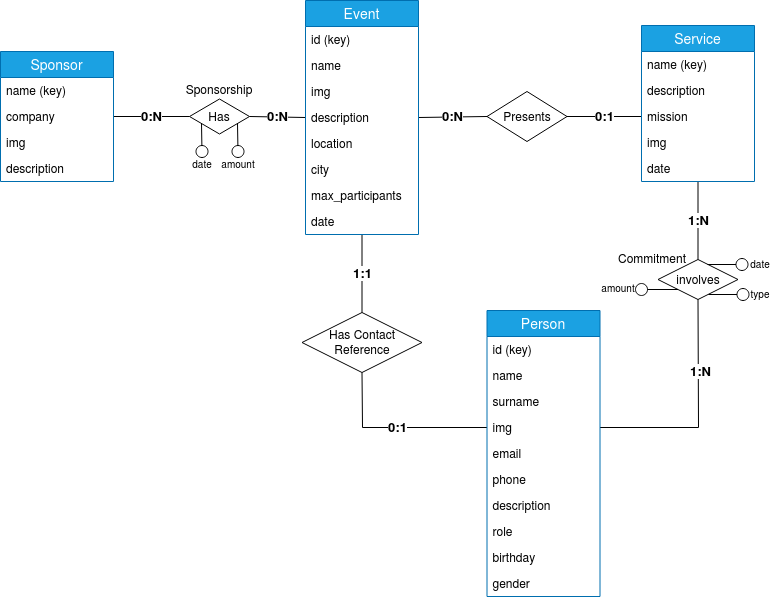
Earlier version of the draw.io export nodejs-server/www/backend/ER_graph.png (thestarivore/ramen_website). Source tidied: cells renumbered, new cells last; positions are measured from the earlier drawing's top-left corner, leaving out a move shared by most shapes.
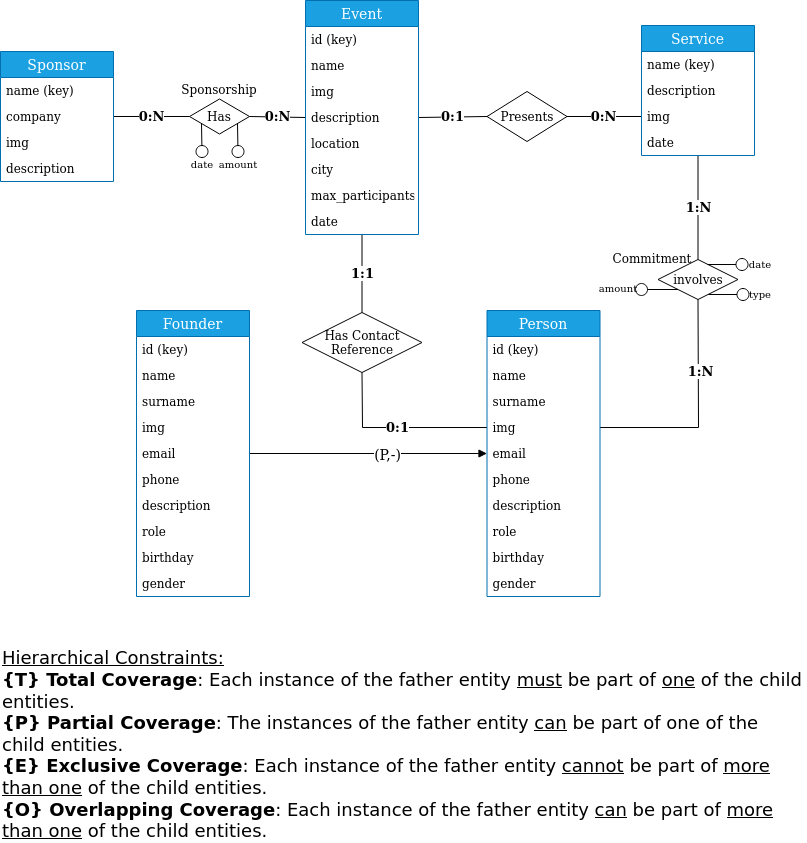
Above is the later version.

What changed in the source:
```diff
@@ -36,11 +36,13 @@
     <mxCell id="9" value="Presents" style="shape=rhombus;perimeter=rhombusPerimeter;whiteSpace=wrap;html=1;align=center;" parent="1" vertex="1">
       <mxGeometry x="486.5" y="91" width="80" height="50" as="geometry" />
     </mxCell>
-    <mxCell id="10" value="0:N" style="endArrow=none;html=1;rounded=0;entryX=1;entryY=0.5;entryDx=0;entryDy=0;exitX=0;exitY=0.5;exitDx=0;exitDy=0;fontSize=13;fontStyle=1;" parent="1" edge="1" source="9" target="24">
+    <mxCell id="10" value="0:1" style="endArrow=none;html=1;rounded=0;entryX=1;entryY=0.5;entryDx=0;entryDy=0;exitX=0;exitY=0.5;exitDx=0;exitDy=0;fontSize=13;fontStyle=1;" parent="1" edge="1" source="9" target="24">
       <mxGeometry relative="1" as="geometry" />
     </mxCell>
-    <mxCell id="11" value="0:1" style="endArrow=none;html=1;rounded=0;entryX=1;entryY=0.5;entryDx=0;entryDy=0;exitX=0;exitY=0.5;exitDx=0;exitDy=0;fontSize=13;fontStyle=1;" parent="1" edge="1" source="36" target="9">
-      <mxGeometry relative="1" as="geometry" />
+    <mxCell id="11" value="0:N" style="endArrow=none;html=1;rounded=0;entryX=1;entryY=0.5;entryDx=0;entryDy=0;exitX=0;exitY=0.5;exitDx=0;exitDy=0;fontSize=13;fontStyle=1;" parent="1" edge="1" target="9">
+      <mxGeometry relative="1" as="geometry">
+        <mxPoint x="641" y="116" as="sourcePoint" />
+      </mxGeometry>
     </mxCell>
     <mxCell id="12" value="Commitment" style="text;html=1;strokeColor=none;fillColor=none;align=center;verticalAlign=middle;whiteSpace=wrap;rounded=0;" parent="1" vertex="1">
       <mxGeometry x="632" y="248" width="40" height="20" as="geometry" />
@@ -66,6 +68,50 @@
     <mxCell id="18" value="&lt;div&gt;amount&lt;/div&gt;" style="text;html=1;strokeColor=none;fillColor=none;align=center;verticalAlign=middle;whiteSpace=wrap;rounded=0;fontSize=10;fontStyle=0;" parent="1" vertex="1">
       <mxGeometry x="227" y="156" width="22" height="16" as="geometry" />
     </mxCell>
+    <mxCell id="50" style="endArrow=oval;endFill=0;endSize=12;html=1;strokeWidth=1;exitX=0.5;exitY=1;exitDx=0;exitDy=0;" parent="1" edge="1">
+      <mxGeometry relative="1" as="geometry">
+        <mxPoint x="201" y="123" as="sourcePoint" />
+        <mxPoint x="201.5" y="151" as="targetPoint" />
+      </mxGeometry>
+    </mxCell>
+    <mxCell id="51" value="date" style="text;html=1;strokeColor=none;fillColor=none;align=center;verticalAlign=middle;whiteSpace=wrap;rounded=0;fontSize=10;fontStyle=0;" parent="1" vertex="1">
+      <mxGeometry x="191" y="156" width="22" height="16" as="geometry" />
+    </mxCell>
+    <mxCell id="52" style="endArrow=oval;endFill=0;endSize=12;html=1;strokeWidth=1;" parent="1" edge="1">
+      <mxGeometry relative="1" as="geometry">
+        <mxPoint x="707" y="264" as="sourcePoint" />
+        <mxPoint x="741.5" y="264" as="targetPoint" />
+      </mxGeometry>
+    </mxCell>
+    <mxCell id="53" value="date" style="text;html=1;strokeColor=none;fillColor=none;align=center;verticalAlign=middle;whiteSpace=wrap;rounded=0;fontSize=10;fontStyle=0;" parent="1" vertex="1">
+      <mxGeometry x="749" y="256" width="22" height="16" as="geometry" />
+    </mxCell>
+    <mxCell id="54" style="endArrow=oval;endFill=0;endSize=12;html=1;strokeWidth=1;" parent="1" edge="1">
+      <mxGeometry relative="1" as="geometry">
+        <mxPoint x="708" y="294" as="sourcePoint" />
+        <mxPoint x="742.5" y="294" as="targetPoint" />
+      </mxGeometry>
+    </mxCell>
+    <mxCell id="55" value="type" style="text;html=1;strokeColor=none;fillColor=none;align=center;verticalAlign=middle;whiteSpace=wrap;rounded=0;fontSize=10;fontStyle=0;" parent="1" vertex="1">
+      <mxGeometry x="749" y="286" width="22" height="16" as="geometry" />
+    </mxCell>
+    <mxCell id="56" style="endArrow=oval;endFill=0;endSize=12;html=1;strokeWidth=1;exitX=0;exitY=1;exitDx=0;exitDy=0;" parent="1" edge="1" source="5">
+      <mxGeometry relative="1" as="geometry">
+        <mxPoint x="641" y="289" as="targetPoint" />
+      </mxGeometry>
+    </mxCell>
+    <mxCell id="57" value="amount" style="text;html=1;strokeColor=none;fillColor=none;align=center;verticalAlign=middle;whiteSpace=wrap;rounded=0;fontSize=10;fontStyle=0;" parent="1" vertex="1">
+      <mxGeometry x="607" y="280" width="22" height="16" as="geometry" />
+    </mxCell>
+    <mxCell id="58" style="endArrow=block;html=1;entryX=0;entryY=0.5;entryDx=0;entryDy=0;exitX=1;exitY=0.5;exitDx=0;exitDy=0;endFill=1;" parent="1" edge="1" source="66" target="44">
+      <mxGeometry relative="1" as="geometry" />
+    </mxCell>
+    <mxCell id="59" value="&lt;font style=&quot;font-size: 14px&quot;&gt;(P,-)&lt;/font&gt;" style="edgeLabel;html=1;align=center;verticalAlign=middle;" parent="58" vertex="1">
+      <mxGeometry x="0.16" y="-1" relative="1" as="geometry" />
+    </mxCell>
+    <mxCell id="60" value="&lt;div style=&quot;font-size: 18px&quot; align=&quot;left&quot;&gt;&lt;font style=&quot;font-size: 18px&quot;&gt;&lt;br&gt;&lt;u&gt;&lt;font style=&quot;font-size: 18px&quot;&gt;&lt;span style=&quot;left: 143.333px ; top: 266.587px ; font-family: sans-serif ; transform: scalex(0.870756)&quot;&gt;&lt;span style=&quot;left: 99px ; top: 29.9466px ; font-family: sans-serif ; transform: scalex(0.96642)&quot;&gt;Hierarchical Constraints:&lt;/span&gt;&lt;/span&gt;&lt;/font&gt;&lt;/u&gt;&lt;/font&gt;&lt;/div&gt;&lt;div style=&quot;font-size: 18px&quot; align=&quot;left&quot;&gt;&lt;font style=&quot;font-size: 18px&quot;&gt;&lt;span style=&quot;left: 143.333px ; top: 266.587px ; font-family: sans-serif ; transform: scalex(0.870756)&quot;&gt;&lt;b&gt;{T} Total Coverage&lt;/b&gt;: Each instance of the father entity&lt;/span&gt;&lt;span style=&quot;left: 105.667px ; top: 350.577px ; font-family: sans-serif&quot;&gt; &lt;u&gt;must&lt;/u&gt; be part of &lt;u&gt;one&lt;/u&gt; of the child entities.&lt;br&gt;&lt;/span&gt;&lt;/font&gt;&lt;/div&gt;&lt;div style=&quot;font-size: 18px&quot; align=&quot;left&quot;&gt;&lt;font style=&quot;font-size: 18px&quot;&gt;&lt;span style=&quot;left: 105.667px ; top: 350.577px ; font-family: sans-serif&quot;&gt;&lt;/span&gt;&lt;span style=&quot;left: 143.333px ; top: 337.254px ; font-family: sans-serif ; transform: scalex(0.868735)&quot;&gt;&lt;b&gt;{P} Partial Coverage&lt;/b&gt;: The instances of the father entity &lt;u&gt;can&lt;/u&gt; be part of one of the child entities. &lt;/span&gt;&lt;span style=&quot;left: 44.1667px ; top: 432.159px ; font-family: sans-serif&quot;&gt;&lt;/span&gt;&lt;span style=&quot;left: 86.6667px ; top: 408.552px ; font-family: sans-serif&quot;&gt;&lt;/span&gt;&lt;span style=&quot;left: 125.333px ; top: 451.254px ; font-family: sans-serif&quot;&gt;&lt;/span&gt;&lt;span style=&quot;left: 142.5px ; top: 408.552px ; font-family: sans-serif ; transform: scalex(0.890733)&quot;&gt;&lt;/span&gt;&lt;span style=&quot;left: 105.667px ; top: 522.41px ; font-family: sans-serif&quot;&gt;&lt;/span&gt;&lt;span style=&quot;left: 143.333px ; top: 508.921px ; font-family: sans-serif ; transform: scalex(0.871335)&quot;&gt;&lt;br&gt;&lt;/span&gt;&lt;/font&gt;&lt;/div&gt;&lt;div style=&quot;font-size: 18px&quot; align=&quot;left&quot;&gt;&lt;font style=&quot;font-size: 18px&quot;&gt;&lt;b&gt;&lt;span style=&quot;left: 143.333px ; top: 508.921px ; font-family: sans-serif ; transform: scalex(0.871335)&quot;&gt;{E} Exclusive Coverage&lt;/span&gt;&lt;/b&gt;&lt;span style=&quot;left: 105.667px ; top: 593.077px ; font-family: sans-serif&quot;&gt;&lt;/span&gt;&lt;span style=&quot;left: 143.333px ; top: 579.754px ; font-family: sans-serif ; transform: scalex(0.863382)&quot;&gt;: &lt;/span&gt;&lt;/font&gt;&lt;font style=&quot;font-size: 18px&quot;&gt;&lt;span style=&quot;left: 143.333px ; top: 579.754px ; font-family: sans-serif ; transform: scalex(0.863382)&quot;&gt;&lt;font style=&quot;font-size: 18px&quot;&gt;&lt;span style=&quot;left: 143.333px ; top: 266.587px ; font-family: sans-serif ; transform: scalex(0.870756)&quot;&gt;Each instance of the father entity &lt;u&gt;cannot&lt;/u&gt; be part of &lt;u&gt;more than one&lt;/u&gt; of the child entities.&lt;/span&gt;&lt;span style=&quot;left: 105.667px ; top: 350.577px ; font-family: sans-serif&quot;&gt; &lt;/span&gt;&lt;/font&gt;&lt;/span&gt;&lt;/font&gt;&lt;/div&gt;&lt;div style=&quot;font-size: 18px&quot; align=&quot;left&quot;&gt;&lt;font style=&quot;font-size: 18px&quot;&gt;&lt;span style=&quot;left: 143.333px ; top: 579.754px ; font-family: sans-serif ; transform: scalex(0.863382)&quot;&gt;&lt;b&gt;{O} Overlapping Coverage&lt;/b&gt;: &lt;/span&gt;&lt;/font&gt;&lt;font style=&quot;font-size: 18px&quot;&gt;&lt;span style=&quot;left: 143.333px ; top: 579.754px ; font-family: sans-serif ; transform: scalex(0.863382)&quot;&gt;&lt;font style=&quot;font-size: 18px&quot;&gt;&lt;span style=&quot;left: 143.333px ; top: 579.754px ; font-family: sans-serif ; transform: scalex(0.863382)&quot;&gt;&lt;font style=&quot;font-size: 18px&quot;&gt;&lt;span style=&quot;left: 143.333px ; top: 266.587px ; font-family: sans-serif ; transform: scalex(0.870756)&quot;&gt;Each instance of the father entity &lt;u&gt;can&lt;/u&gt; be part of &lt;u&gt;more than one&lt;/u&gt; of the child entities.&lt;/span&gt;&lt;/font&gt;&lt;/span&gt;&lt;/font&gt;&lt;/span&gt;&lt;/font&gt;&lt;/div&gt;" style="text;html=1;strokeColor=none;fillColor=none;align=left;verticalAlign=top;whiteSpace=wrap;rounded=0;horizontal=1;" parent="1" vertex="1">
+      <mxGeometry y="619" width="805.5" height="212" as="geometry" />
+    </mxCell>
     <mxCell id="19" value="Sponsor" style="swimlane;fontStyle=0;horizontal=1;startSize=26;align=center;fontSize=14;fillColor=#1ba1e2;strokeColor=#006EAF;fontColor=#ffffff;" parent="1" vertex="1">
       <mxGeometry y="51" width="113" height="130" as="geometry" />
     </mxCell>
@@ -109,7 +155,7 @@
       <mxGeometry y="208" width="113" height="26" as="geometry" />
     </mxCell>
     <mxCell id="33" value="Service" style="swimlane;fontStyle=0;horizontal=1;startSize=26;align=center;fontSize=14;fillColor=#1ba1e2;strokeColor=#006EAF;fontColor=#ffffff;" parent="1" vertex="1">
-      <mxGeometry x="641" y="25" width="113" height="156" as="geometry" />
+      <mxGeometry x="641" y="25" width="113" height="130" as="geometry" />
     </mxCell>
     <mxCell id="34" value="name (key)" style="text;strokeColor=none;fillColor=none;spacingLeft=4;spacingRight=4;overflow=hidden;fontSize=12;" parent="33" vertex="1">
       <mxGeometry y="26" width="113" height="26" as="geometry" />
@@ -117,14 +163,11 @@
     <mxCell id="35" value="description" style="text;strokeColor=none;fillColor=none;spacingLeft=4;spacingRight=4;overflow=hidden;fontSize=12;" parent="33" vertex="1">
       <mxGeometry y="52" width="113" height="26" as="geometry" />
     </mxCell>
-    <mxCell id="36" value="mission" style="text;strokeColor=none;fillColor=none;spacingLeft=4;spacingRight=4;overflow=hidden;points=[[0,0.5],[1,0.5]];portConstraint=eastwest;fontSize=12;" parent="33" vertex="1">
-      <mxGeometry y="78" width="113" height="26" as="geometry" />
-    </mxCell>
     <mxCell id="37" value="img" style="text;strokeColor=none;fillColor=none;spacingLeft=4;spacingRight=4;overflow=hidden;fontSize=12;" parent="33" vertex="1">
-      <mxGeometry y="104" width="113" height="26" as="geometry" />
+      <mxGeometry y="78" width="113" height="26" as="geometry" />
     </mxCell>
     <mxCell id="38" value="date" style="text;strokeColor=none;fillColor=none;spacingLeft=4;spacingRight=4;overflow=hidden;fontSize=12;" parent="33" vertex="1">
-      <mxGeometry y="130" width="113" height="26" as="geometry" />
+      <mxGeometry y="104" width="113" height="26" as="geometry" />
     </mxCell>
     <mxCell id="39" value="Person" style="swimlane;fontStyle=0;horizontal=1;startSize=26;align=center;fontSize=14;fillColor=#1ba1e2;strokeColor=#006EAF;fontColor=#ffffff;" parent="1" vertex="1">
       <mxGeometry x="486.5" y="310" width="113" height="286" as="geometry" />
@@ -159,40 +202,38 @@
     <mxCell id="49" value="gender" style="text;strokeColor=none;fillColor=none;spacingLeft=4;spacingRight=4;overflow=hidden;fontSize=12;" parent="39" vertex="1">
       <mxGeometry y="260" width="113" height="26" as="geometry" />
     </mxCell>
-    <mxCell id="50" style="endArrow=oval;endFill=0;endSize=12;html=1;strokeWidth=1;exitX=0.5;exitY=1;exitDx=0;exitDy=0;" parent="1" edge="1">
-      <mxGeometry relative="1" as="geometry">
-        <mxPoint x="201" y="123" as="sourcePoint" />
-        <mxPoint x="201.5" y="151" as="targetPoint" />
-      </mxGeometry>
-    </mxCell>
-    <mxCell id="51" value="date" style="text;html=1;strokeColor=none;fillColor=none;align=center;verticalAlign=middle;whiteSpace=wrap;rounded=0;fontSize=10;fontStyle=0;" parent="1" vertex="1">
-      <mxGeometry x="191" y="156" width="22" height="16" as="geometry" />
-    </mxCell>
-    <mxCell id="52" style="endArrow=oval;endFill=0;endSize=12;html=1;strokeWidth=1;" parent="1" edge="1">
-      <mxGeometry relative="1" as="geometry">
-        <mxPoint x="707" y="264" as="sourcePoint" />
-        <mxPoint x="741.5" y="264" as="targetPoint" />
-      </mxGeometry>
-    </mxCell>
-    <mxCell id="53" value="date" style="text;html=1;strokeColor=none;fillColor=none;align=center;verticalAlign=middle;whiteSpace=wrap;rounded=0;fontSize=10;fontStyle=0;" parent="1" vertex="1">
-      <mxGeometry x="749" y="256" width="22" height="16" as="geometry" />
-    </mxCell>
-    <mxCell id="54" style="endArrow=oval;endFill=0;endSize=12;html=1;strokeWidth=1;" parent="1" edge="1">
-      <mxGeometry relative="1" as="geometry">
-        <mxPoint x="708" y="294" as="sourcePoint" />
-        <mxPoint x="742.5" y="294" as="targetPoint" />
-      </mxGeometry>
-    </mxCell>
-    <mxCell id="55" value="type" style="text;html=1;strokeColor=none;fillColor=none;align=center;verticalAlign=middle;whiteSpace=wrap;rounded=0;fontSize=10;fontStyle=0;" parent="1" vertex="1">
-      <mxGeometry x="749" y="286" width="22" height="16" as="geometry" />
-    </mxCell>
-    <mxCell id="56" style="endArrow=oval;endFill=0;endSize=12;html=1;strokeWidth=1;exitX=0;exitY=1;exitDx=0;exitDy=0;" parent="1" edge="1" source="5">
-      <mxGeometry relative="1" as="geometry">
-        <mxPoint x="641" y="289" as="targetPoint" />
-      </mxGeometry>
-    </mxCell>
-    <mxCell id="57" value="amount" style="text;html=1;strokeColor=none;fillColor=none;align=center;verticalAlign=middle;whiteSpace=wrap;rounded=0;fontSize=10;fontStyle=0;" parent="1" vertex="1">
-      <mxGeometry x="607" y="280" width="22" height="16" as="geometry" />
-    </mxCell>
+    <mxCell id="61" value="Founder" style="swimlane;fontStyle=0;horizontal=1;startSize=26;align=center;fontSize=14;fillColor=#1ba1e2;strokeColor=#006EAF;fontColor=#ffffff;" parent="1" vertex="1">
+      <mxGeometry x="136" y="310" width="113" height="286" as="geometry" />
+    </mxCell>
+    <mxCell id="62" value="id (key)" style="text;strokeColor=none;fillColor=none;spacingLeft=4;spacingRight=4;overflow=hidden;fontSize=12;" parent="61" vertex="1">
+      <mxGeometry y="26" width="113" height="26" as="geometry" />
+    </mxCell>
+    <mxCell id="63" value="name" style="text;strokeColor=none;fillColor=none;spacingLeft=4;spacingRight=4;overflow=hidden;fontSize=12;" parent="61" vertex="1">
+      <mxGeometry y="52" width="113" height="26" as="geometry" />
+    </mxCell>
+    <mxCell id="64" value="surname" style="text;strokeColor=none;fillColor=none;spacingLeft=4;spacingRight=4;overflow=hidden;fontSize=12;" parent="61" vertex="1">
+      <mxGeometry y="78" width="113" height="26" as="geometry" />
+    </mxCell>
+    <mxCell id="65" value="img" style="text;strokeColor=none;fillColor=none;spacingLeft=4;spacingRight=4;overflow=hidden;fontSize=12;" parent="61" vertex="1">
+      <mxGeometry y="104" width="113" height="26" as="geometry" />
+    </mxCell>
+    <mxCell id="66" value="email" style="text;strokeColor=none;fillColor=none;spacingLeft=4;spacingRight=4;overflow=hidden;points=[[0,0.5],[1,0.5]];portConstraint=eastwest;fontSize=12;" parent="61" vertex="1">
+      <mxGeometry y="130" width="113" height="26" as="geometry" />
+    </mxCell>
+    <mxCell id="67" value="phone" style="text;strokeColor=none;fillColor=none;spacingLeft=4;spacingRight=4;overflow=hidden;fontSize=12;" parent="61" vertex="1">
+      <mxGeometry y="156" width="113" height="26" as="geometry" />
+    </mxCell>
+    <mxCell id="68" value="description" style="text;strokeColor=none;fillColor=none;spacingLeft=4;spacingRight=4;overflow=hidden;fontSize=12;" parent="61" vertex="1">
+      <mxGeometry y="182" width="113" height="26" as="geometry" />
+    </mxCell>
+    <mxCell id="69" value="role" style="text;strokeColor=none;fillColor=none;spacingLeft=4;spacingRight=4;overflow=hidden;fontSize=12;" parent="61" vertex="1">
+      <mxGeometry y="208" width="113" height="26" as="geometry" />
+    </mxCell>
+    <mxCell id="70" value="birthday" style="text;strokeColor=none;fillColor=none;spacingLeft=4;spacingRight=4;overflow=hidden;fontSize=12;" parent="61" vertex="1">
+      <mxGeometry y="234" width="113" height="26" as="geometry" />
+    </mxCell>
+    <mxCell id="71" value="gender" style="text;strokeColor=none;fillColor=none;spacingLeft=4;spacingRight=4;overflow=hidden;fontSize=12;" parent="61" vertex="1">
+      <mxGeometry y="260" width="113" height="26" as="geometry" />
+    </mxCell>
   </root>
 </mxGraphModel>
```
